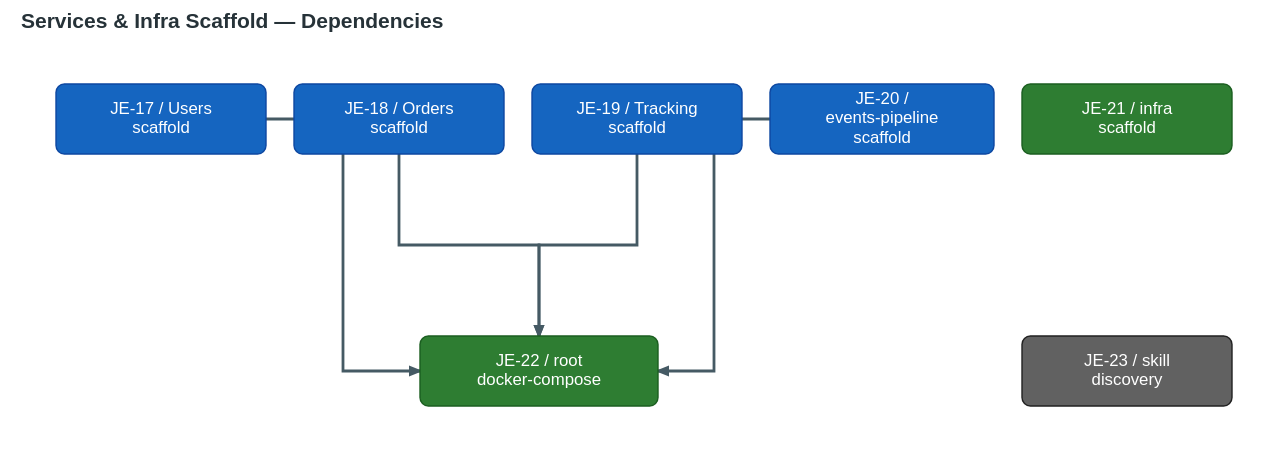
The draw.io diagram docs/plans/diagrams/services-infra-scaffold-deps.drawio.svg in je-martinez/3-microservices-running-on-aws-infrastructure, before a commit. Source tidied: cells renumbered, new cells last; positions are measured from the earlier drawing's top-left corner, leaving out a move shared by most shapes.
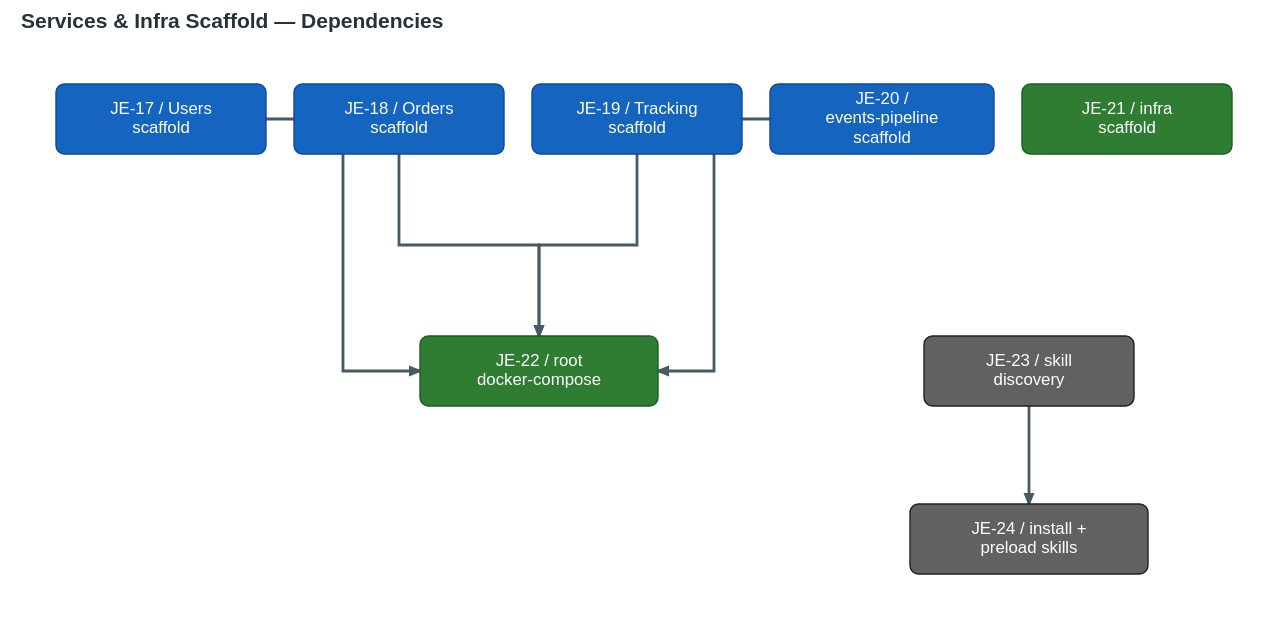
After the change.

Commit message:
docs(vault): add JE-24 to scaffold dependency diagram and milestone plan (#24)

The Services & Infra Scaffold milestone grew from 7 to 8 issues (JE-24
install & preload service skills was added after the milestone-plan note
was first written). Regenerate services-infra-scaffold-deps.drawio.svg to
include the JE-24 node (blocked by JE-23) and update the milestone-plan
note: sequence row 8, dependency row JE-24→JE-23, phase grouping, and
issue/JE-24 tag.

Refs: JE-24

What changed in the source:
```diff
@@ -21,8 +21,11 @@
       <mxGeometry x="260" y="180" width="170" height="50" as="geometry" />
     </mxCell>
     <mxCell id="8" value="JE-23 / skill discovery" style="rounded=1;fillColor=#616161;strokeColor=#212121;fontColor=#ffffff;" parent="1" vertex="1">
-      <mxGeometry x="690" y="180" width="150" height="50" as="geometry" />
+      <mxGeometry x="620" y="180" width="150" height="50" as="geometry" />
     </mxCell>
+    <mxCell id="13" value="JE-24 / install + preload skills" style="rounded=1;fillColor=#616161;strokeColor=#212121;fontColor=#ffffff;" parent="1" vertex="1">
+      <mxGeometry x="610" y="300" width="170" height="50" as="geometry" />
+    </mxCell>
     <mxCell id="9" style="edgeStyle=orthogonalEdgeStyle;strokeColor=#455A64;" parent="1" edge="1" source="2" target="7">
       <mxGeometry relative="1" as="geometry" />
     </mxCell>
@@ -35,5 +38,8 @@
     <mxCell id="12" style="edgeStyle=orthogonalEdgeStyle;strokeColor=#455A64;" parent="1" edge="1" source="5" target="7">
       <mxGeometry relative="1" as="geometry" />
     </mxCell>
+    <mxCell id="14" style="edgeStyle=orthogonalEdgeStyle;strokeColor=#455A64;" parent="1" edge="1" source="8" target="13">
+      <mxGeometry relative="1" as="geometry" />
+    </mxCell>
   </root>
 </mxGraphModel>
```
